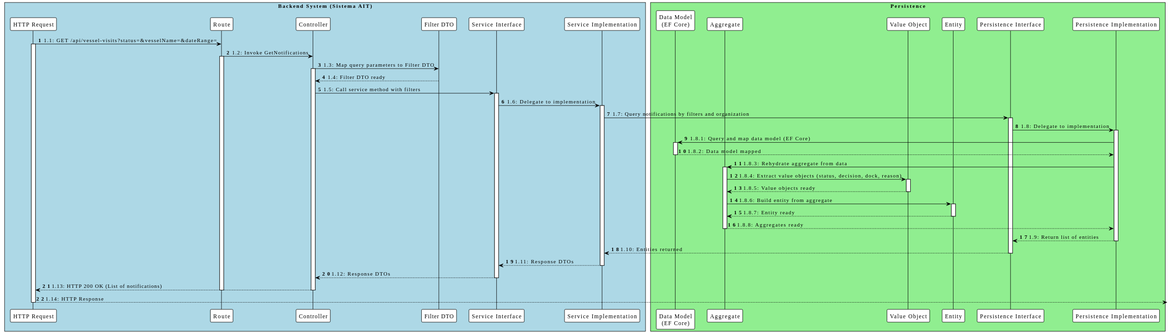
Before: documentation/SprintA/Views/ProcessViewDiagrams/US2.2.10/svg/diagrama-nivel4.svg, a diagram exported from PlantUML (AmirMasnavi/Port-Logistics-Management-System). The source it was exported from:
```plantuml
@startuml
!theme plain
autonumber

box "Backend System (Sistema AIT)" #LightBlue
    participant "HTTP Request" as HttpRequest
    participant "Route" as Route
    participant "Controller" as Controller
    participant "Filter DTO" as Dto
    participant "Service Interface" as ServiceInterface
    participant "Service Implementation" as ServiceImpl
    box "Persistence" #LightGreen
        participant "Data Model\n(EF Core)" as DataModel
        participant "Aggregate" as Aggregate
        participant "Value Object" as ValueObject
        participant "Entity" as Entity
        participant "Persistence Interface" as PersistenceInterface
        participant "Persistence Implementation" as PersistenceImpl
    end box
end box

HttpRequest -> Route : 1.1: GET /api/vessel-visits?status=&vesselName=&dateRange=
activate HttpRequest
Route -> Controller : 1.2: Invoke GetNotifications
activate Route
Controller -> Dto : 1.3: Map query parameters to Filter DTO
activate Controller
Dto --> Controller : 1.4: Filter DTO ready
deactivate Dto
Controller -> ServiceInterface : 1.5: Call service method with filters
activate ServiceInterface
ServiceInterface -> ServiceImpl : 1.6: Delegate to implementation
activate ServiceImpl
ServiceImpl -> PersistenceInterface : 1.7: Query notifications by filters and organization
activate PersistenceInterface
PersistenceInterface -> PersistenceImpl : 1.8: Delegate to implementation
activate PersistenceImpl
PersistenceImpl -> DataModel : 1.8.1: Query and map data model (EF Core)
activate DataModel
DataModel --> PersistenceImpl : 1.8.2: Data model mapped
deactivate DataModel
PersistenceImpl -> Aggregate : 1.8.3: Rehydrate aggregate from data
activate Aggregate
Aggregate -> ValueObject : 1.8.4: Extract value objects (status, decision, dock, reason)
activate ValueObject
ValueObject --> Aggregate : 1.8.5: Value objects ready
deactivate ValueObject
Aggregate -> Entity : 1.8.6: Build entity from aggregate
activate Entity
Entity --> Aggregate : 1.8.7: Entity ready
deactivate Entity
Aggregate --> PersistenceImpl : 1.8.8: Aggregates ready
deactivate Aggregate
PersistenceImpl --> PersistenceInterface : 1.9: Return list of entities
deactivate PersistenceImpl
PersistenceInterface --> ServiceImpl : 1.10: Entities returned
deactivate PersistenceInterface
ServiceImpl --> ServiceInterface : 1.11: Response DTOs
deactivate ServiceImpl
ServiceInterface --> Controller : 1.12: Response DTOs
deactivate ServiceInterface
Controller --> HttpRequest : 1.13: HTTP 200 OK (List of notifications)
deactivate Controller
deactivate Route
HttpRequest --> : 1.14: HTTP Response
deactivate HttpRequest
@enduml
```
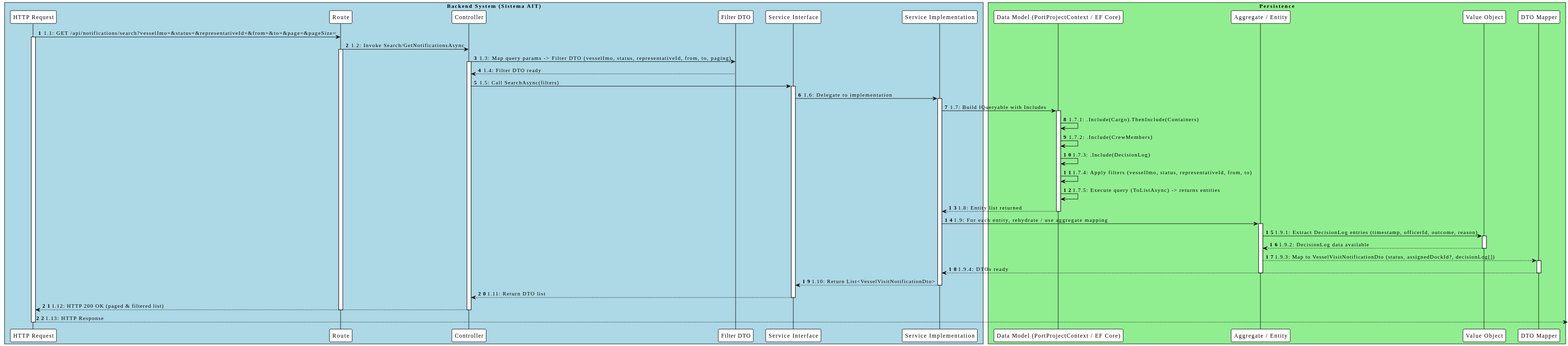
Above is the later version.

Diff of the diagram source:
```diff
@@ -10,58 +10,55 @@
     participant "Service Interface" as ServiceInterface
     participant "Service Implementation" as ServiceImpl
     box "Persistence" #LightGreen
-        participant "Data Model\n(EF Core)" as DataModel
-        participant "Aggregate" as Aggregate
+        participant "Data Model (PortProjectContext / EF Core)" as DataModel
+        participant "Aggregate / Entity" as Aggregate
         participant "Value Object" as ValueObject
-        participant "Entity" as Entity
-        participant "Persistence Interface" as PersistenceInterface
-        participant "Persistence Implementation" as PersistenceImpl
+        participant "DTO Mapper" as DtoMapper
     end box
 end box
 
-HttpRequest -> Route : 1.1: GET /api/vessel-visits?status=&vesselName=&dateRange=
+HttpRequest -> Route : 1.1: GET /api/notifications/search?vesselImo=&status=&representativeId=&from=&to=&page=&pageSize=
 activate HttpRequest
-Route -> Controller : 1.2: Invoke GetNotifications
+Route -> Controller : 1.2: Invoke Search/GetNotificationsAsync
 activate Route
-Controller -> Dto : 1.3: Map query parameters to Filter DTO
+Controller -> Dto : 1.3: Map query params -> Filter DTO (vesselImo, status, representativeId, from, to, paging)
 activate Controller
 Dto --> Controller : 1.4: Filter DTO ready
 deactivate Dto
-Controller -> ServiceInterface : 1.5: Call service method with filters
+Controller -> ServiceInterface : 1.5: Call SearchAsync(filters)
 activate ServiceInterface
 ServiceInterface -> ServiceImpl : 1.6: Delegate to implementation
 activate ServiceImpl
-ServiceImpl -> PersistenceInterface : 1.7: Query notifications by filters and organization
-activate PersistenceInterface
-PersistenceInterface -> PersistenceImpl : 1.8: Delegate to implementation
-activate PersistenceImpl
-PersistenceImpl -> DataModel : 1.8.1: Query and map data model (EF Core)
+
+ServiceImpl -> DataModel : 1.7: Build IQueryable with Includes
 activate DataModel
-DataModel --> PersistenceImpl : 1.8.2: Data model mapped
+DataModel -> DataModel : 1.7.1: .Include(Cargo).ThenInclude(Containers)
+DataModel -> DataModel : 1.7.2: .Include(CrewMembers)
+DataModel -> DataModel : 1.7.3: .Include(DecisionLog)
+DataModel -> DataModel : 1.7.4: Apply filters (vesselImo, status, representativeId, from, to)
+DataModel -> DataModel : 1.7.5: Execute query (ToListAsync) -> returns entities
+DataModel --> ServiceImpl : 1.8: Entity list returned
 deactivate DataModel
-PersistenceImpl -> Aggregate : 1.8.3: Rehydrate aggregate from data
+
+ServiceImpl -> Aggregate : 1.9: For each entity, rehydrate / use aggregate mapping
 activate Aggregate
-Aggregate -> ValueObject : 1.8.4: Extract value objects (status, decision, dock, reason)
+Aggregate -> ValueObject : 1.9.1: Extract DecisionLog entries (timestamp, officerId, outcome, reason)
 activate ValueObject
-ValueObject --> Aggregate : 1.8.5: Value objects ready
+ValueObject --> Aggregate : 1.9.2: DecisionLog data available
 deactivate ValueObject
-Aggregate -> Entity : 1.8.6: Build entity from aggregate
-activate Entity
-Entity --> Aggregate : 1.8.7: Entity ready
-deactivate Entity
-Aggregate --> PersistenceImpl : 1.8.8: Aggregates ready
+Aggregate --> DtoMapper : 1.9.3: Map to VesselVisitNotificationDto (status, assignedDockId?, decisionLog[])
+activate DtoMapper
+DtoMapper --> ServiceImpl : 1.9.4: DTOs ready
+deactivate DtoMapper
 deactivate Aggregate
-PersistenceImpl --> PersistenceInterface : 1.9: Return list of entities
-deactivate PersistenceImpl
-PersistenceInterface --> ServiceImpl : 1.10: Entities returned
-deactivate PersistenceInterface
-ServiceImpl --> ServiceInterface : 1.11: Response DTOs
+
+ServiceImpl --> ServiceInterface : 1.10: Return List<VesselVisitNotificationDto>
 deactivate ServiceImpl
-ServiceInterface --> Controller : 1.12: Response DTOs
+ServiceInterface --> Controller : 1.11: Return DTO list
 deactivate ServiceInterface
-Controller --> HttpRequest : 1.13: HTTP 200 OK (List of notifications)
+Controller --> HttpRequest : 1.12: HTTP 200 OK (paged & filtered list)
 deactivate Controller
 deactivate Route
-HttpRequest --> : 1.14: HTTP Response
+HttpRequest --> : 1.13: HTTP Response
 deactivate HttpRequest
 @enduml
```
